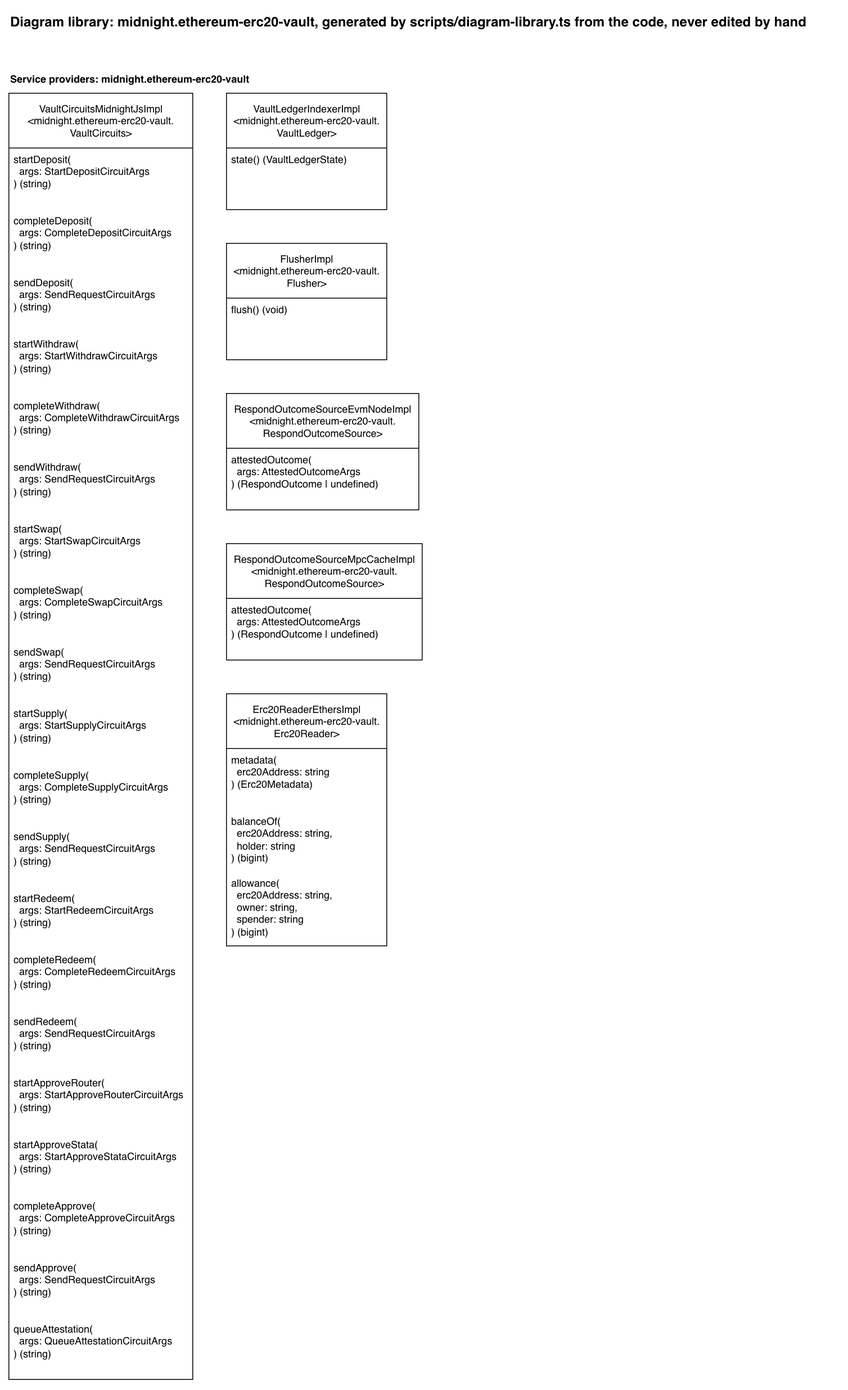
Earlier version of the draw.io export docs/diagram-library/midnight/ethereum-erc20-vault/diagram-library.drawio.png (sig-net/full-stack-demo). Source tidied: cells renumbered, new cells last; positions are measured from the earlier drawing's top-left corner, leaving out a move shared by most shapes.
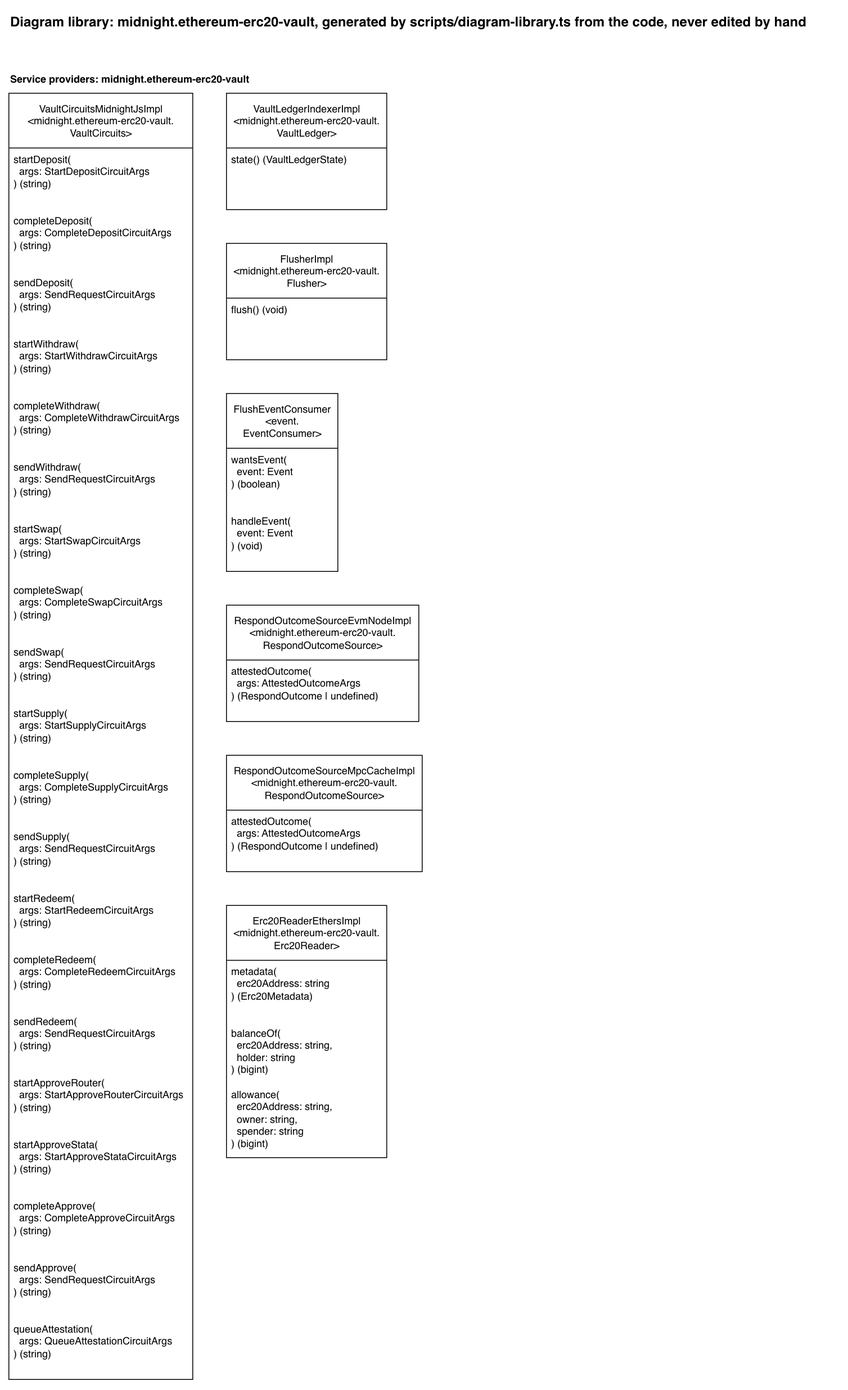
The same file after the commit.

What changed in the source:
```diff
@@ -83,20 +83,29 @@
     <mxCell id="28" value="flush() (void)" style="text;strokeColor=none;fillColor=none;align=left;verticalAlign=top;spacingLeft=4;spacingRight=4;overflow=hidden;whiteSpace=wrap;html=1;" parent="27" vertex="1">
       <mxGeometry y="65" width="190" height="73" as="geometry" />
     </mxCell>
+    <mxCell id="37" value="FlushEventConsumer&lt;br&gt;&amp;lt;event.&lt;br&gt;EventConsumer&amp;gt;" style="swimlane;fontStyle=0;horizontal=1;startSize=65;fillColor=default;html=1;fillStyle=solid;" parent="1" vertex="1">
+      <mxGeometry x="258" y="456" width="132" height="211" as="geometry" />
+    </mxCell>
+    <mxCell id="38" value="wantsEvent(&lt;br&gt;&amp;nbsp; event: Event&lt;br&gt;) (boolean)" style="text;strokeColor=none;fillColor=none;align=left;verticalAlign=top;spacingLeft=4;spacingRight=4;overflow=hidden;whiteSpace=wrap;html=1;" parent="37" vertex="1">
+      <mxGeometry y="65" width="132" height="73" as="geometry" />
+    </mxCell>
+    <mxCell id="39" value="handleEvent(&lt;br&gt;&amp;nbsp; event: Event&lt;br&gt;) (void)" style="text;strokeColor=none;fillColor=none;align=left;verticalAlign=top;spacingLeft=4;spacingRight=4;overflow=hidden;whiteSpace=wrap;html=1;" parent="37" vertex="1">
+      <mxGeometry y="138" width="132" height="73" as="geometry" />
+    </mxCell>
     <mxCell id="29" value="RespondOutcomeSourceEvmNodeImpl&lt;br&gt;&amp;lt;midnight.ethereum-erc20-vault.&lt;br&gt;RespondOutcomeSource&amp;gt;" style="swimlane;fontStyle=0;horizontal=1;startSize=65;fillColor=default;html=1;fillStyle=solid;" parent="1" vertex="1">
-      <mxGeometry x="258" y="456" width="228" height="138" as="geometry" />
+      <mxGeometry x="258" y="707" width="228" height="138" as="geometry" />
     </mxCell>
     <mxCell id="30" value="attestedOutcome(&lt;br&gt;&amp;nbsp; args: AttestedOutcomeArgs&lt;br&gt;) (RespondOutcome | undefined)" style="text;strokeColor=none;fillColor=none;align=left;verticalAlign=top;spacingLeft=4;spacingRight=4;overflow=hidden;whiteSpace=wrap;html=1;" parent="29" vertex="1">
       <mxGeometry y="65" width="228" height="73" as="geometry" />
     </mxCell>
     <mxCell id="31" value="RespondOutcomeSourceMpcCacheImpl&lt;br&gt;&amp;lt;midnight.ethereum-erc20-vault.&lt;br&gt;RespondOutcomeSource&amp;gt;" style="swimlane;fontStyle=0;horizontal=1;startSize=65;fillColor=default;html=1;fillStyle=solid;" parent="1" vertex="1">
-      <mxGeometry x="258" y="634" width="232" height="138" as="geometry" />
+      <mxGeometry x="258" y="885" width="232" height="138" as="geometry" />
     </mxCell>
     <mxCell id="32" value="attestedOutcome(&lt;br&gt;&amp;nbsp; args: AttestedOutcomeArgs&lt;br&gt;) (RespondOutcome | undefined)" style="text;strokeColor=none;fillColor=none;align=left;verticalAlign=top;spacingLeft=4;spacingRight=4;overflow=hidden;whiteSpace=wrap;html=1;" parent="31" vertex="1">
       <mxGeometry y="65" width="232" height="73" as="geometry" />
     </mxCell>
     <mxCell id="33" value="Erc20ReaderEthersImpl&lt;br&gt;&amp;lt;midnight.ethereum-erc20-vault.&lt;br&gt;Erc20Reader&amp;gt;" style="swimlane;fontStyle=0;horizontal=1;startSize=65;fillColor=default;html=1;fillStyle=solid;" parent="1" vertex="1">
-      <mxGeometry x="258" y="812" width="190" height="299" as="geometry" />
+      <mxGeometry x="258" y="1063" width="190" height="299" as="geometry" />
     </mxCell>
     <mxCell id="34" value="metadata(&lt;br&gt;&amp;nbsp; erc20Address: string&lt;br&gt;) (Erc20Metadata)" style="text;strokeColor=none;fillColor=none;align=left;verticalAlign=top;spacingLeft=4;spacingRight=4;overflow=hidden;whiteSpace=wrap;html=1;" parent="33" vertex="1">
       <mxGeometry y="65" width="190" height="73" as="geometry" />
```
